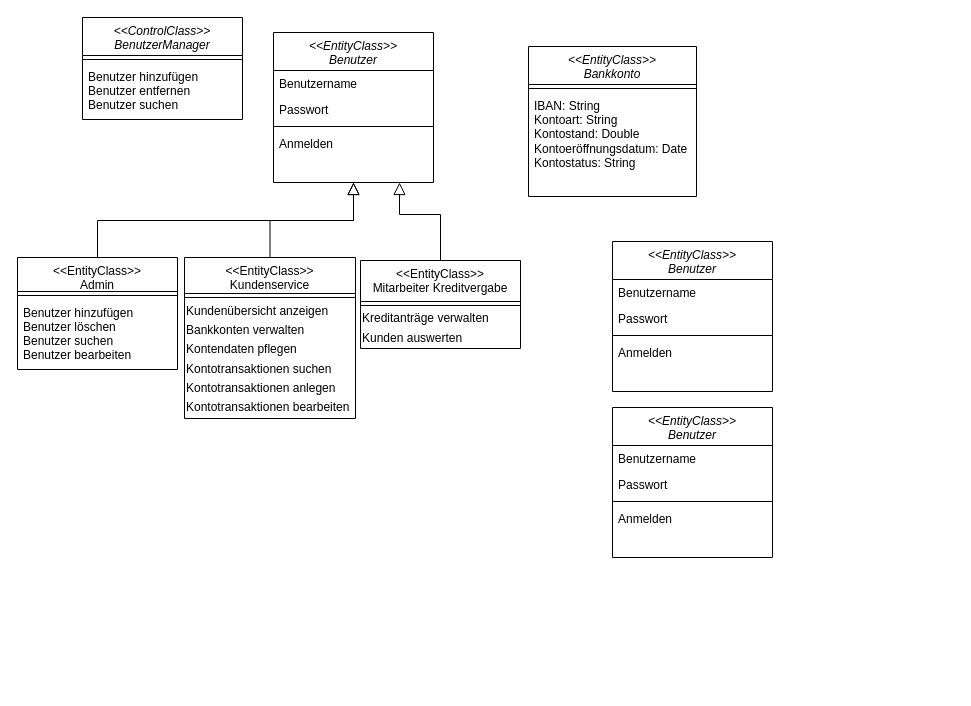
Earlier version of the draw.io diagram page "Technischer Entwurf" (5 of 5) of Datenmodell.drawio (JaSc2912/VerteilteAnwendungen). Source tidied: cells renumbered, new cells numbered last; positions are measured from the earlier drawing's top-left corner, leaving out a move shared by most shapes. Both pictures are drawn from the tidied source at 100%, with x=0, y=0 at pixel (17, 17).
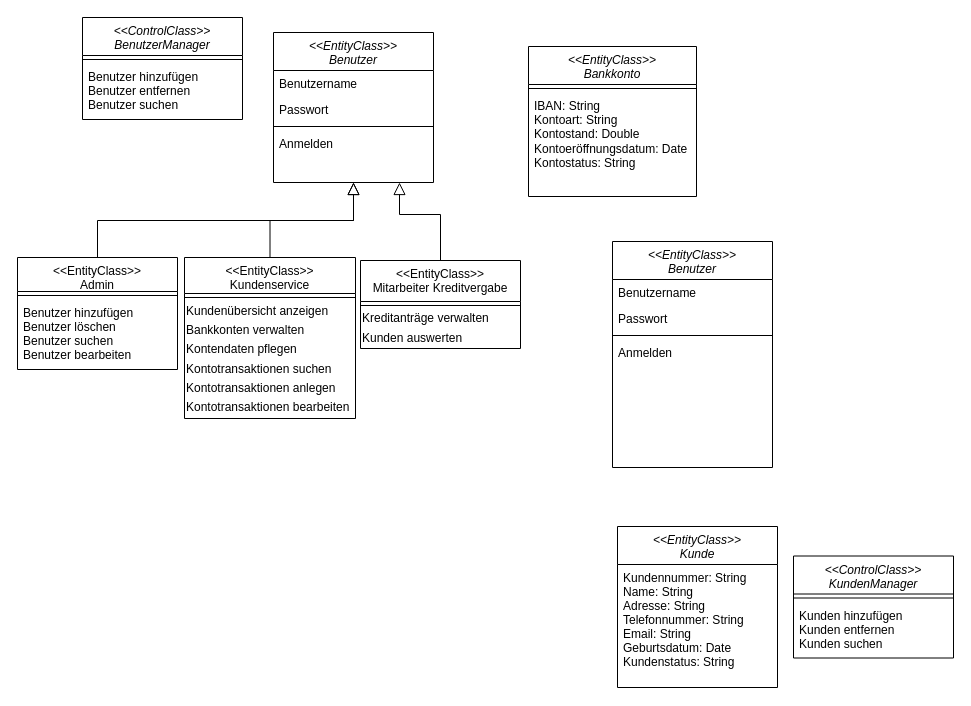
The same diagram, later.

Change to the diagram source:
```diff
@@
     <mxCell id="25" value="&lt;&lt;EntityClass&gt;&gt;&#10;Benutzer" style="swimlane;fontStyle=2;align=center;verticalAlign=top;horizontal=1;startSize=38;rounded=0;shadow=0;strokeWidth=1;" parent="1" vertex="1">
-      <mxGeometry x="595" y="224" width="160" height="150" as="geometry" />
+      <mxGeometry x="595" y="224" width="160" height="226" as="geometry" />
     </mxCell>
@@
-    <mxCell id="30" value="&lt;&lt;EntityClass&gt;&gt;&#10;Benutzer" style="swimlane;fontStyle=2;align=center;verticalAlign=top;horizontal=1;startSize=38;rounded=0;shadow=0;strokeWidth=1;" parent="1" vertex="1">
-      <mxGeometry x="595" y="390" width="160" height="150" as="geometry" />
+    <mxCell id="30" value="&lt;&lt;EntityClass&gt;&gt;&#10;Kunde" style="swimlane;fontStyle=2;align=center;verticalAlign=top;horizontal=1;startSize=38;rounded=0;shadow=0;strokeWidth=1;" parent="1" vertex="1">
+      <mxGeometry x="600" y="509" width="160" height="161" as="geometry" />
     </mxCell>
-    <mxCell id="31" value="Benutzername" style="text;align=left;verticalAlign=top;spacingLeft=4;spacingRight=4;overflow=hidden;" parent="30" vertex="1">
-      <mxGeometry y="38" width="160" height="26" as="geometry" />
+    <mxCell id="31" value="Kundennummer: String&#10;Name: String&#10;Adresse: String&#10;Telefonnummer: String&#10;Email: String&#10;Geburtsdatum: Date&#10;Kundenstatus: String" style="text;align=left;verticalAlign=top;spacingLeft=4;spacingRight=4;overflow=hidden;" parent="30" vertex="1">
+      <mxGeometry y="38" width="160" height="121" as="geometry" />
     </mxCell>
-    <mxCell id="32" value="Passwort" style="text;align=left;verticalAlign=top;spacingLeft=4;spacingRight=4;overflow=hidden;rounded=0;shadow=0;html=0;" parent="30" vertex="1">
-      <mxGeometry y="64" width="160" height="26" as="geometry" />
-    </mxCell>
-    <mxCell id="33" style="line;html=1;strokeWidth=1;align=left;verticalAlign=middle;spacingTop=-1;spacingLeft=3;spacingRight=3;labelPosition=right;" parent="30" vertex="1">
-      <mxGeometry y="90" width="160" height="8" as="geometry" />
-    </mxCell>
-    <mxCell id="34" value="Anmelden" style="text;align=left;verticalAlign=top;spacingLeft=4;spacingRight=4;overflow=hidden;" parent="30" vertex="1">
-      <mxGeometry y="98" width="160" height="26" as="geometry" />
-    </mxCell>
+    <mxCell id="35" value="&lt;&lt;ControlClass&gt;&gt;&#10;KundenManager" style="swimlane;fontStyle=2;align=center;verticalAlign=top;horizontal=1;startSize=38;rounded=0;shadow=0;strokeWidth=1;" parent="1" vertex="1">
+      <mxGeometry x="776" y="538.5" width="160" height="102" as="geometry" />
+    </mxCell>
+    <mxCell id="36" style="line;html=1;strokeWidth=1;align=left;verticalAlign=middle;spacingTop=-1;spacingLeft=3;spacingRight=3;labelPosition=right;" parent="35" vertex="1">
+      <mxGeometry y="38" width="160" height="8" as="geometry" />
+    </mxCell>
+    <mxCell id="37" value="Kunden hinzufügen&#10;Kunden entfernen&#10;Kunden suchen" style="text;align=left;verticalAlign=top;spacingLeft=4;spacingRight=4;overflow=hidden;" parent="35" vertex="1">
+      <mxGeometry y="46" width="160" height="54" as="geometry" />
+    </mxCell>
```
